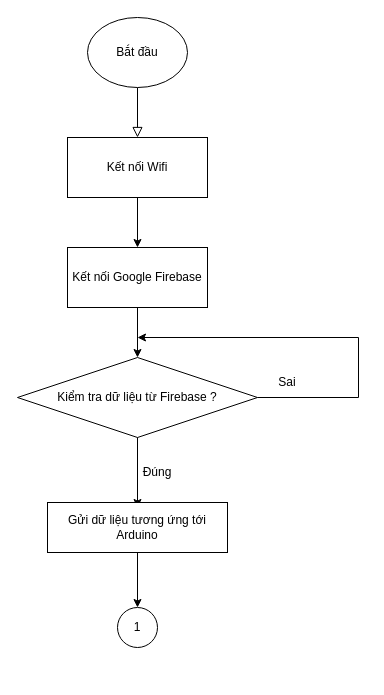
imvietp/Final_Thesis keeps this draw.io diagram as block_diagram/ESP32.drawio. Above is the earlier version. Source tidied: cells renumbered, new cells numbered last; positions are measured from the earlier drawing's top-left corner, leaving out a move shared by most shapes. Both pictures are drawn from the tidied source at 100%, with x=0, y=0 at pixel (17, 17).
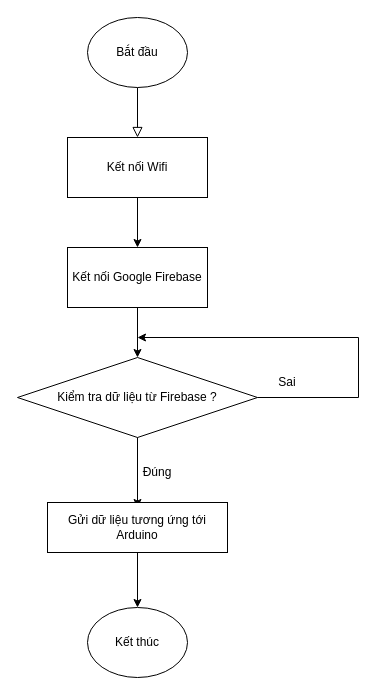
Above is the later version.

Change to the diagram source:
```diff
@@
 <mxGraphModel>
   <root>
     <mxCell id="0" />
     <mxCell id="1" parent="0" />
     <mxCell id="2" style="rounded=0;html=1;jettySize=auto;orthogonalLoop=1;fontSize=11;endArrow=block;endFill=0;endSize=8;strokeWidth=1;shadow=0;labelBackgroundColor=none;edgeStyle=orthogonalEdgeStyle;" parent="1" edge="1">
       <mxGeometry relative="1" as="geometry">
         <mxPoint x="120" y="70" as="sourcePoint" />
         <mxPoint x="120" y="120" as="targetPoint" />
       </mxGeometry>
     </mxCell>
     <mxCell id="3" value="Bắt đầu" style="ellipse;whiteSpace=wrap;html=1;" parent="1" vertex="1">
       <mxGeometry x="70" width="100" height="70" as="geometry" />
     </mxCell>
     <mxCell id="4" style="edgeStyle=orthogonalEdgeStyle;rounded=0;jettySize=auto;html=1;" parent="1" edge="1" source="5">
       <mxGeometry relative="1" as="geometry">
         <mxPoint x="120" y="320" as="targetPoint" />
         <Array as="points">
           <mxPoint x="341" y="380" />
         </Array>
       </mxGeometry>
     </mxCell>
     <mxCell id="5" value="Kiểm tra dữ liệu từ Firebase ?" style="rhombus;whiteSpace=wrap;html=1;" parent="1" vertex="1">
       <mxGeometry y="340" width="240" height="80" as="geometry" />
     </mxCell>
     <mxCell id="6" style="endArrow=classic;html=1;rounded=0;exitX=0.5;exitY=1;exitDx=0;exitDy=0;" parent="1" edge="1" source="5">
       <mxGeometry relative="1" as="geometry">
         <mxPoint x="120" y="490" as="targetPoint" />
       </mxGeometry>
     </mxCell>
     <mxCell id="7" value="Đúng" style="text;html=1;align=center;verticalAlign=middle;whiteSpace=wrap;rounded=0;" parent="1" vertex="1">
       <mxGeometry x="110" y="440" width="60" height="30" as="geometry" />
     </mxCell>
     <mxCell id="8" value="Sai" style="text;html=1;align=center;verticalAlign=middle;whiteSpace=wrap;rounded=0;" parent="1" vertex="1">
       <mxGeometry x="240" y="350" width="60" height="30" as="geometry" />
     </mxCell>
     <mxCell id="9" value="Gửi dữ liệu tương ứng tới Arduino" style="rounded=0;whiteSpace=wrap;html=1;" parent="1" vertex="1">
       <mxGeometry x="30" y="485" width="180" height="50" as="geometry" />
     </mxCell>
     <mxCell id="10" style="endArrow=classic;html=1;rounded=0;exitX=0.5;exitY=1;exitDx=0;exitDy=0;" parent="1" edge="1" source="9">
       <mxGeometry relative="1" as="geometry">
         <mxPoint x="120" y="590" as="targetPoint" />
       </mxGeometry>
     </mxCell>
     <mxCell id="11" style="edgeStyle=orthogonalEdgeStyle;rounded=0;jettySize=auto;html=1;" parent="1" edge="1" source="12" target="14">
       <mxGeometry relative="1" as="geometry" />
     </mxCell>
     <mxCell id="12" value="Kết nối Wifi" style="rounded=0;whiteSpace=wrap;html=1;" parent="1" vertex="1">
       <mxGeometry x="50" y="120" width="140" height="60" as="geometry" />
     </mxCell>
     <mxCell id="13" style="edgeStyle=orthogonalEdgeStyle;rounded=0;jettySize=auto;html=1;" parent="1" edge="1" source="14" target="5">
       <mxGeometry relative="1" as="geometry" />
     </mxCell>
     <mxCell id="14" value="Kết nối Google Firebase" style="rounded=0;whiteSpace=wrap;html=1;" parent="1" vertex="1">
       <mxGeometry x="50" y="230" width="140" height="60" as="geometry" />
     </mxCell>
-    <mxCell id="15" value="1" style="ellipse;whiteSpace=wrap;html=1;" parent="1" vertex="1">
-      <mxGeometry x="100" y="590" width="40" height="40" as="geometry" />
-    </mxCell>
+    <mxCell id="16" value="Kết thúc" style="ellipse;whiteSpace=wrap;html=1;" parent="1" vertex="1">
+      <mxGeometry x="70" y="590" width="100" height="70" as="geometry" />
+    </mxCell>
   </root>
 </mxGraphModel>
```
